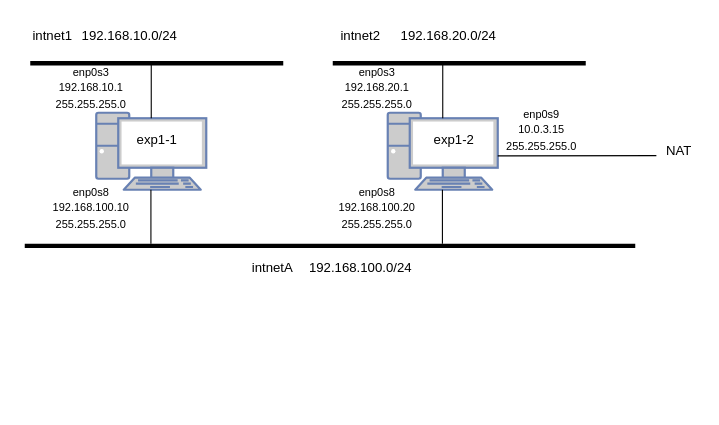
Earlier version of the draw.io diagram network/fig1.drawio (tetra-mix/report). Source tidied: cells renumbered, new cells numbered last; positions are measured from the earlier drawing's top-left corner, leaving out a move shared by most shapes. Both pictures are drawn from the tidied source at 110%, with x=0, y=0 at pixel (19, 19).
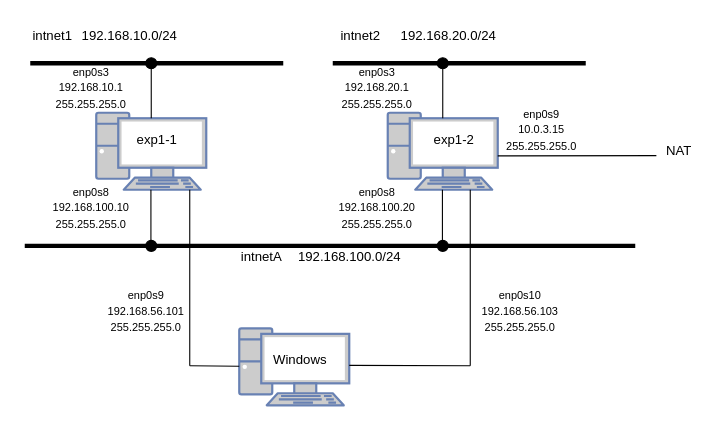
After the change.

The edit, as a diff of the source:
```diff
@@
     <mxCell id="21" value="intnetA" style="text;html=1;align=center;verticalAlign=middle;strokeColor=none;fillColor=none;" parent="1" vertex="1">
-      <mxGeometry x="200" y="211" width="60" height="30" as="geometry" />
+      <mxGeometry x="190" y="201" width="60" height="30" as="geometry" />
     </mxCell>
     <mxCell id="22" value="192.168.100.0/24" style="text;html=1;align=center;verticalAlign=middle;strokeColor=none;fillColor=none;" parent="1" vertex="1">
-      <mxGeometry x="250" y="211" width="120" height="30" as="geometry" />
+      <mxGeometry x="240" y="201" width="120" height="30" as="geometry" />
     </mxCell>
@@
+    <mxCell id="26" style="fontColor=#0066CC;verticalAlign=top;verticalLabelPosition=bottom;labelPosition=center;align=center;html=1;outlineConnect=0;fillColor=#CCCCCC;strokeColor=#6881B3;gradientColor=none;gradientDirection=north;strokeWidth=2;shape=mxgraph.networks.pc;" parent="1" vertex="1">
+      <mxGeometry x="200" y="281" width="100" height="70" as="geometry" />
+    </mxCell>
+    <mxCell id="27" value="Windows" style="text;html=1;align=center;verticalAlign=middle;strokeColor=none;fillColor=none;" parent="1" vertex="1">
+      <mxGeometry x="220" y="295" width="70" height="30" as="geometry" />
+    </mxCell>
+    <mxCell id="28" style="endArrow=none;html=1;rounded=0;" parent="1" edge="1">
+      <mxGeometry relative="1" as="geometry">
+        <mxPoint x="155" y="315" as="sourcePoint" />
+        <mxPoint x="155" y="155" as="targetPoint" />
+      </mxGeometry>
+    </mxCell>
+    <mxCell id="29" style="endArrow=none;html=1;rounded=0;" parent="1" edge="1">
+      <mxGeometry relative="1" as="geometry">
+        <mxPoint x="410" y="315" as="sourcePoint" />
+        <mxPoint x="410" y="155" as="targetPoint" />
+      </mxGeometry>
+    </mxCell>
+    <mxCell id="30" style="endArrow=none;html=1;rounded=0;" parent="1" edge="1" target="26">
+      <mxGeometry relative="1" as="geometry">
+        <mxPoint x="155" y="315" as="sourcePoint" />
+      </mxGeometry>
+    </mxCell>
+    <mxCell id="31" style="endArrow=none;html=1;rounded=0;" parent="1" edge="1">
+      <mxGeometry relative="1" as="geometry">
+        <mxPoint x="300" y="314.7" as="sourcePoint" />
+        <mxPoint x="410" y="315" as="targetPoint" />
+      </mxGeometry>
+    </mxCell>
+    <mxCell id="32" style="ellipse;whiteSpace=wrap;html=1;fillColor=#000000;" parent="1" vertex="1">
+      <mxGeometry x="115" y="201" width="10" height="10" as="geometry" />
+    </mxCell>
+    <mxCell id="33" style="ellipse;whiteSpace=wrap;html=1;fillColor=#000000;" parent="1" vertex="1">
+      <mxGeometry x="115" y="35" width="10" height="10" as="geometry" />
+    </mxCell>
+    <mxCell id="34" style="ellipse;whiteSpace=wrap;html=1;gradientColor=default;fillColor=#000000;" parent="1" vertex="1">
+      <mxGeometry x="380" y="35" width="10" height="10" as="geometry" />
+    </mxCell>
+    <mxCell id="35" style="ellipse;whiteSpace=wrap;html=1;fillColor=#000000;" parent="1" vertex="1">
+      <mxGeometry x="380" y="201" width="10" height="10" as="geometry" />
+    </mxCell>
+    <mxCell id="36" value="&lt;div&gt;&lt;font style=&quot;font-size: 10px;&quot;&gt;enp0s9&lt;/font&gt;&lt;/div&gt;&lt;div&gt;&lt;span style=&quot;background-color: transparent; color: light-dark(rgb(0, 0, 0), rgb(255, 255, 255));&quot;&gt;&lt;font style=&quot;font-size: 10px;&quot;&gt;192.168.56.101&lt;/font&gt;&lt;/span&gt;&lt;/div&gt;&lt;div&gt;&lt;font style=&quot;font-size: 10px;&quot;&gt;255.255.255.0&lt;/font&gt;&lt;/div&gt;" style="text;html=1;align=center;verticalAlign=middle;strokeColor=none;fillColor=none;" parent="1" vertex="1">
+      <mxGeometry x="70" y="235" width="90" height="60" as="geometry" />
+    </mxCell>
+    <mxCell id="37" value="&lt;div&gt;&lt;font style=&quot;font-size: 10px;&quot;&gt;enp0s10&lt;/font&gt;&lt;/div&gt;&lt;div&gt;&lt;span style=&quot;background-color: transparent; color: light-dark(rgb(0, 0, 0), rgb(255, 255, 255));&quot;&gt;&lt;font style=&quot;font-size: 10px;&quot;&gt;192.168.56.103&lt;/font&gt;&lt;/span&gt;&lt;/div&gt;&lt;div&gt;&lt;font style=&quot;font-size: 10px;&quot;&gt;255.255.255.0&lt;/font&gt;&lt;/div&gt;" style="text;html=1;align=center;verticalAlign=middle;strokeColor=none;fillColor=none;" parent="1" vertex="1">
+      <mxGeometry x="410" y="235" width="90" height="60" as="geometry" />
+    </mxCell>
```
